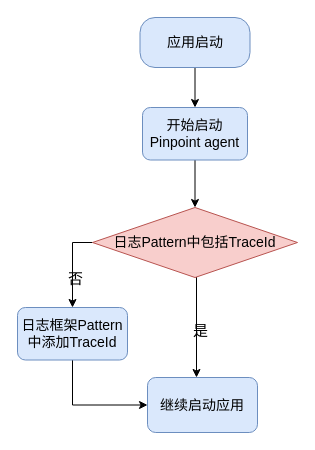
Above: page "eagle全链路日志原理" (5 of 9) of Untitled Diagram.drawio in maxuewen/draw.io (draw.io), before the change. Source tidied: cells renumbered, new cells numbered last; positions are measured from the earlier drawing's top-left corner, leaving out a move shared by most shapes. Both pictures are drawn from the tidied source at 100%, with x=0, y=0 at pixel (17, 17).
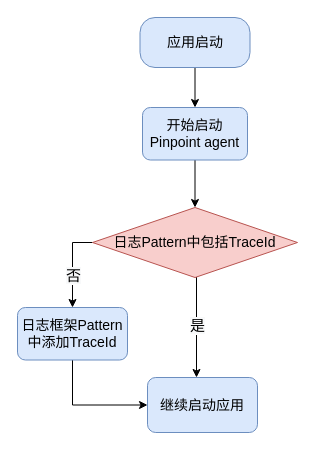
Above is the later version.

Diff of the diagram source:
```diff
@@
 <mxGraphModel>
   <root>
     <mxCell id="0" />
     <mxCell id="1" parent="0" />
     <mxCell id="2" style="edgeStyle=orthogonalEdgeStyle;rounded=0;sketch=0;jettySize=auto;html=1;entryX=0.5;entryY=0;entryDx=0;entryDy=0;shadow=0;labelBackgroundColor=none;fontSize=15;strokeWidth=1;fillColor=none;" parent="1" edge="1" source="3" target="11">
       <mxGeometry relative="1" as="geometry" />
     </mxCell>
     <mxCell id="3" value="应用启动" style="rounded=1;whiteSpace=wrap;html=1;labelBackgroundColor=none;fontSize=14;strokeWidth=1;imageHeight=24;arcSize=30;fillColor=#dae8fc;strokeColor=#6c8ebf;" parent="1" vertex="1">
       <mxGeometry x="122.5" width="110" height="50" as="geometry" />
     </mxCell>
     <mxCell id="4" style="edgeStyle=elbowEdgeStyle;rounded=0;sketch=0;jettySize=auto;html=1;entryX=0.5;entryY=0;entryDx=0;entryDy=0;shadow=0;labelBackgroundColor=none;fontSize=15;strokeWidth=1;fillColor=none;elbow=vertical;" parent="1" edge="1" source="8" target="13">
       <mxGeometry relative="1" as="geometry">
         <Array as="points">
           <mxPoint x="50" y="225" />
         </Array>
       </mxGeometry>
     </mxCell>
-    <mxCell id="5" value="否" style="edgeLabel;html=1;align=center;verticalAlign=middle;fontSize=15;labelBackgroundColor=none;" parent="4" vertex="1">
-      <mxGeometry x="0.29" y="2" relative="1" as="geometry" />
+    <mxCell id="5" value="&lt;span style=&quot;color: rgb(0, 0, 0); font-size: 15px; background-color: rgb(248, 249, 250);&quot;&gt;否&lt;/span&gt;" style="edgeLabel;html=1;align=center;verticalAlign=middle;fontSize=14;fontColor=#808080;" parent="4" vertex="1">
+      <mxGeometry x="0.19" relative="1" as="geometry">
+        <mxPoint y="1" as="offset" />
+      </mxGeometry>
     </mxCell>
     <mxCell id="6" style="edgeStyle=elbowEdgeStyle;rounded=0;sketch=0;jettySize=auto;html=1;entryX=0.445;entryY=0;entryDx=0;entryDy=0;entryPerimeter=0;shadow=0;labelBackgroundColor=none;fontSize=15;strokeWidth=1;fillColor=none;" parent="1" edge="1" source="8" target="9">
       <mxGeometry relative="1" as="geometry" />
     </mxCell>
-    <mxCell id="7" value="是" style="edgeLabel;html=1;align=center;verticalAlign=middle;fontSize=15;labelBackgroundColor=none;" parent="6" vertex="1">
-      <mxGeometry x="0.06" y="3" relative="1" as="geometry" />
+    <mxCell id="7" value="&lt;span style=&quot;color: rgb(0, 0, 0); font-size: 15px; background-color: rgb(248, 249, 250);&quot;&gt;是&lt;/span&gt;" style="edgeLabel;html=1;align=center;verticalAlign=middle;fontSize=14;fontColor=#808080;" parent="6" vertex="1">
+      <mxGeometry x="-0.04" y="-1" relative="1" as="geometry">
+        <mxPoint x="1" as="offset" />
+      </mxGeometry>
     </mxCell>
     <mxCell id="8" value="日志Pattern中包括TraceId" style="rhombus;whiteSpace=wrap;html=1;labelBackgroundColor=none;fontSize=14;strokeWidth=1;fillColor=#f8cecc;strokeColor=#b85450;" parent="1" vertex="1">
       <mxGeometry x="75" y="190" width="205" height="70" as="geometry" />
     </mxCell>
     <mxCell id="9" value="继续启动应用" style="rounded=1;whiteSpace=wrap;html=1;labelBackgroundColor=none;fontSize=14;strokeWidth=1;fillColor=#dae8fc;strokeColor=#6c8ebf;" parent="1" vertex="1">
       <mxGeometry x="130" y="360" width="110" height="55" as="geometry" />
     </mxCell>
     <mxCell id="10" style="edgeStyle=orthogonalEdgeStyle;rounded=0;sketch=0;jettySize=auto;html=1;shadow=0;labelBackgroundColor=none;fontSize=15;strokeWidth=1;fillColor=none;" parent="1" edge="1" source="11" target="8">
       <mxGeometry relative="1" as="geometry" />
     </mxCell>
     <mxCell id="11" value="开始启动&lt;br style=&quot;font-size: 14px;&quot;&gt;Pinpoint agent" style="rounded=1;whiteSpace=wrap;html=1;labelBackgroundColor=none;fontSize=14;strokeWidth=1;fillColor=#dae8fc;strokeColor=#6c8ebf;" parent="1" vertex="1">
       <mxGeometry x="125" y="90" width="105" height="52.5" as="geometry" />
     </mxCell>
     <mxCell id="12" style="edgeStyle=elbowEdgeStyle;rounded=0;sketch=0;jettySize=auto;html=1;entryX=0;entryY=0.5;entryDx=0;entryDy=0;shadow=0;labelBackgroundColor=none;fontSize=15;strokeWidth=1;fillColor=none;" parent="1" edge="1" source="13" target="9">
       <mxGeometry relative="1" as="geometry">
         <Array as="points">
           <mxPoint x="55" y="350" />
         </Array>
       </mxGeometry>
     </mxCell>
     <mxCell id="13" value="日志框架Pattern中添加TraceId" style="rounded=1;whiteSpace=wrap;html=1;labelBackgroundColor=none;fontSize=14;strokeWidth=1;fillColor=#dae8fc;strokeColor=#6c8ebf;" parent="1" vertex="1">
       <mxGeometry y="290" width="110" height="52.5" as="geometry" />
     </mxCell>
   </root>
 </mxGraphModel>
```
